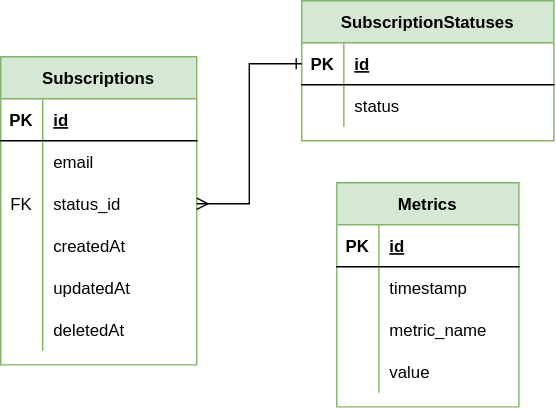
Above: images/erd.svg in vladdoroniuk/email-notification-system (draw.io), before the change. Source tidied: cells renumbered, new cells last; positions are measured from the earlier drawing's top-left corner, leaving out a move shared by most shapes.
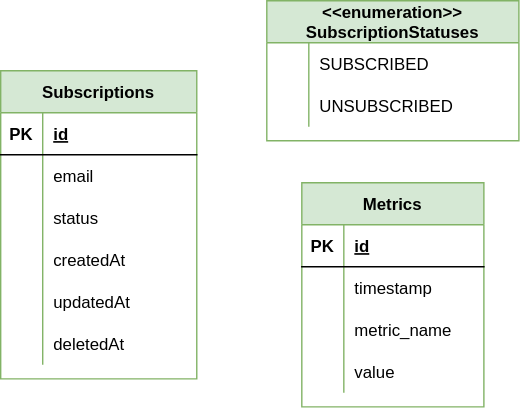
After the change.

Diff of the diagram source:
```diff
@@ -3,7 +3,7 @@
     <mxCell id="0" />
     <mxCell id="1" parent="0" />
     <mxCell id="2" value="Subscriptions" style="shape=table;startSize=30;rowLines=0;fontStyle=1;align=center;fillColor=#d5e8d4;strokeColor=#82b366;" parent="1" vertex="1">
-      <mxGeometry y="40" width="140" height="220" as="geometry" />
+      <mxGeometry x="25" y="50" width="140" height="220" as="geometry" />
     </mxCell>
     <mxCell id="3" style="shape=partialRectangle;fillColor=none;top=0;left=0;right=0;bottom=1;" parent="2" vertex="1">
       <mxGeometry y="30" width="140" height="30" as="geometry" />
@@ -26,10 +26,10 @@
     <mxCell id="9" style="shape=partialRectangle;fillColor=none;points=[[0,0.5],[1,0.5]];portConstraint=eastwest;top=0;left=0;right=0;bottom=0;" parent="2" vertex="1">
       <mxGeometry y="90" width="140" height="30" as="geometry" />
     </mxCell>
-    <mxCell id="10" value="FK" style="shape=partialRectangle;overflow=hidden;fillColor=none;top=0;left=0;bottom=0;right=0;" parent="9" vertex="1">
+    <mxCell id="10" style="shape=partialRectangle;overflow=hidden;fillColor=none;top=0;left=0;bottom=0;right=0;" parent="9" vertex="1">
       <mxGeometry width="30" height="30" as="geometry" />
     </mxCell>
-    <mxCell id="11" value="status_id" style="shape=partialRectangle;overflow=hidden;fillColor=none;top=0;left=0;bottom=0;right=0;align=left;spacingLeft=6;" parent="9" vertex="1">
+    <mxCell id="11" value="status" style="shape=partialRectangle;overflow=hidden;fillColor=none;top=0;left=0;bottom=0;right=0;align=left;spacingLeft=6;" parent="9" vertex="1">
       <mxGeometry x="30" width="110" height="30" as="geometry" />
     </mxCell>
     <mxCell id="12" style="shape=partialRectangle;fillColor=none;top=0;left=0;right=0;bottom=0;" parent="2" vertex="1">
@@ -59,27 +59,27 @@
     <mxCell id="20" value="deletedAt" style="shape=partialRectangle;overflow=hidden;fillColor=none;top=0;left=0;bottom=0;right=0;align=left;spacingLeft=6;" parent="18" vertex="1">
       <mxGeometry x="30" width="110" height="30" as="geometry" />
     </mxCell>
-    <mxCell id="21" value="SubscriptionStatuses" style="shape=table;startSize=30;rowLines=0;fontStyle=1;align=center;fillColor=#d5e8d4;strokeColor=#82b366;" parent="1" vertex="1">
+    <mxCell id="21" value="&lt;&lt;enumeration&gt;&gt;&#10;SubscriptionStatuses" style="shape=table;startSize=30;rowLines=0;fontStyle=1;align=center;fillColor=#d5e8d4;strokeColor=#82b366;" parent="1" vertex="1">
       <mxGeometry x="215" width="180" height="100" as="geometry" />
     </mxCell>
-    <mxCell id="22" style="shape=partialRectangle;fillColor=none;points=[[0,0.5],[1,0.5]];portConstraint=eastwest;top=0;left=0;right=0;bottom=1;" parent="21" vertex="1">
-      <mxGeometry y="30" width="180" height="30" as="geometry" />
-    </mxCell>
-    <mxCell id="23" value="PK" style="shape=partialRectangle;overflow=hidden;fillColor=none;top=0;left=0;bottom=0;right=0;fontStyle=1;" parent="22" vertex="1">
-      <mxGeometry width="30" height="30" as="geometry" />
-    </mxCell>
-    <mxCell id="24" value="id" style="shape=partialRectangle;overflow=hidden;fillColor=none;top=0;left=0;bottom=0;right=0;align=left;spacingLeft=6;fontStyle=5;" parent="22" vertex="1">
-      <mxGeometry x="30" width="150" height="30" as="geometry" />
-    </mxCell>
     <mxCell id="25" style="shape=partialRectangle;fillColor=none;top=0;left=0;right=0;bottom=0;" parent="21" vertex="1">
-      <mxGeometry y="60" width="180" height="30" as="geometry" />
+      <mxGeometry y="30" width="180" height="30" as="geometry" />
     </mxCell>
     <mxCell id="26" style="shape=partialRectangle;overflow=hidden;fillColor=none;top=0;left=0;bottom=0;right=0;" parent="25" vertex="1">
       <mxGeometry width="30" height="30" as="geometry" />
     </mxCell>
-    <mxCell id="27" value="status" style="shape=partialRectangle;overflow=hidden;fillColor=none;top=0;left=0;bottom=0;right=0;align=left;spacingLeft=6;" parent="25" vertex="1">
+    <mxCell id="27" value="SUBSCRIBED" style="shape=partialRectangle;overflow=hidden;fillColor=none;top=0;left=0;bottom=0;right=0;align=left;spacingLeft=6;" parent="25" vertex="1">
       <mxGeometry x="30" width="150" height="30" as="geometry" />
     </mxCell>
+    <mxCell id="42" style="shape=partialRectangle;fillColor=none;top=0;left=0;right=0;bottom=0;" parent="21" vertex="1">
+      <mxGeometry y="60" width="180" height="30" as="geometry" />
+    </mxCell>
+    <mxCell id="43" style="shape=partialRectangle;overflow=hidden;fillColor=none;top=0;left=0;bottom=0;right=0;" parent="42" vertex="1">
+      <mxGeometry width="30" height="30" as="geometry" />
+    </mxCell>
+    <mxCell id="44" value="UNSUBSCRIBED" style="shape=partialRectangle;overflow=hidden;fillColor=none;top=0;left=0;bottom=0;right=0;align=left;spacingLeft=6;" parent="42" vertex="1">
+      <mxGeometry x="30" width="150" height="30" as="geometry" />
+    </mxCell>
     <mxCell id="28" value="Metrics" style="shape=table;startSize=30;rowLines=0;fontStyle=1;align=center;fillColor=#d5e8d4;strokeColor=#82b366;" parent="1" vertex="1">
       <mxGeometry x="240" y="130" width="130" height="160" as="geometry" />
     </mxCell>
@@ -119,8 +119,5 @@
     <mxCell id="40" value="value" style="shape=partialRectangle;overflow=hidden;fillColor=none;top=0;left=0;bottom=0;right=0;align=left;spacingLeft=6;" parent="38" vertex="1">
       <mxGeometry x="30" width="100" height="30" as="geometry" />
     </mxCell>
-    <mxCell id="41" style="edgeStyle=orthogonalEdgeStyle;rounded=0;jettySize=auto;html=1;startArrow=ERone;startFill=0;endArrow=ERmany;endFill=0;exitX=0;exitY=0.5;exitDx=0;exitDy=0;" parent="1" edge="1" source="22" target="9">
-      <mxGeometry relative="1" as="geometry" />
-    </mxCell>
   </root>
 </mxGraphModel>
```
